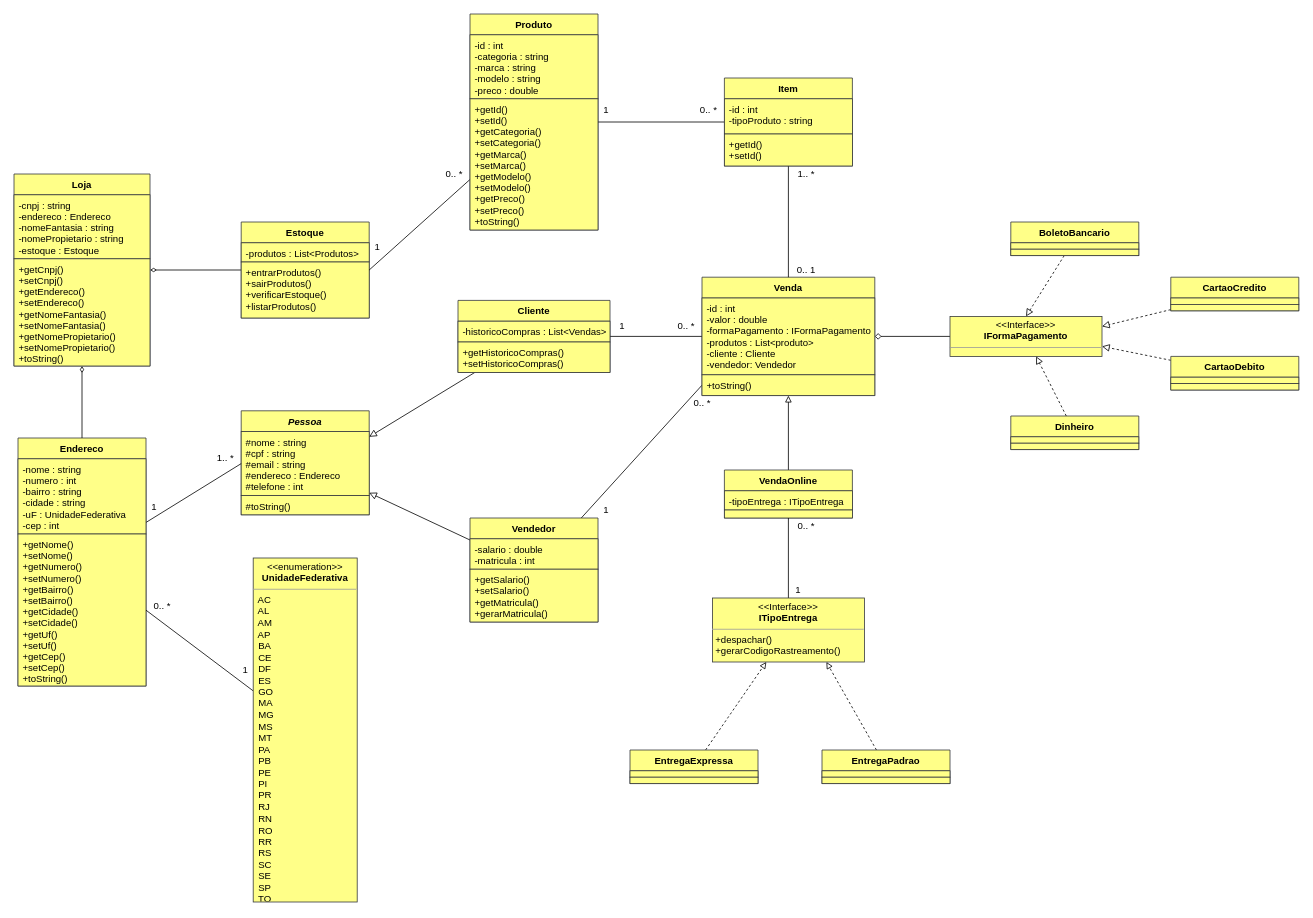
HenriqueMiossi/Loja-de-Roupas keeps this draw.io diagram as docs/loja-de-roupas.drawio.xml. Above is the earlier version. Source tidied: cells renumbered, new cells numbered last; positions are measured from the earlier drawing's top-left corner, leaving out a move shared by most shapes. Both pictures are drawn from the tidied source at 80%, with x=0, y=0 at pixel (14, 14).
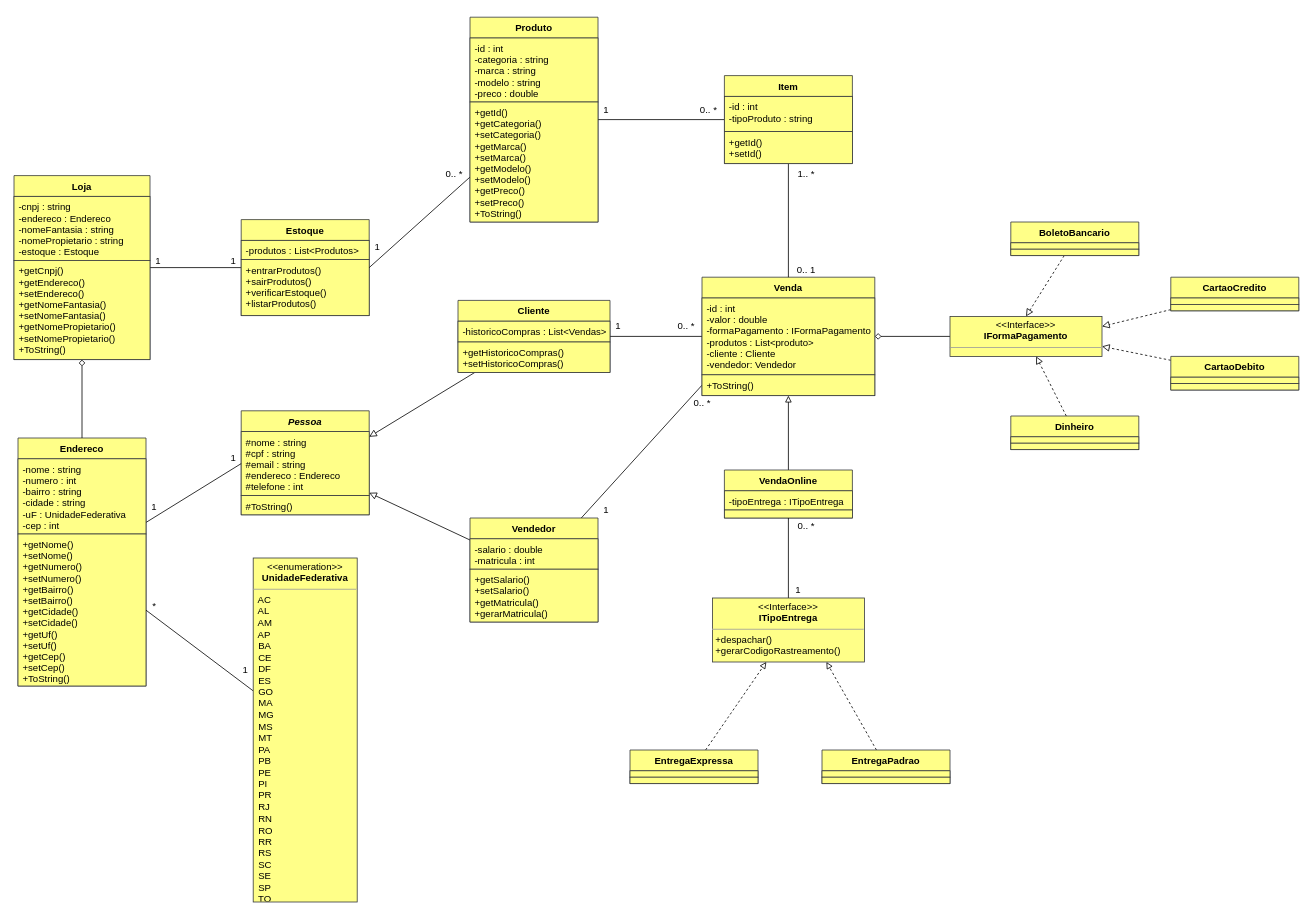
The same diagram, later.

Commit message (it also covers changes not shown here):
Docs: remove setCnpj() and setId() from Loja and Produto, fix some cardinalities

The change refers to these unchanged cells:
```xml
<mxCell id="2" value="Pessoa" style="swimlane;fontStyle=3;align=center;verticalAlign=top;horizontal=1;startSize=26;strokeColor=#36393d;fillColor=#ffff88;" parent="1" vertex="1">
  <mxGeometry x="284" y="496" width="160" height="130" as="geometry" />
</mxCell>
<mxCell id="6" value="Endereco" style="swimlane;fontStyle=1;align=center;verticalAlign=top;horizontal=1;startSize=26;strokeColor=#36393d;fillColor=#ffff88;" parent="1" vertex="1">
  <mxGeometry x="5" y="530" width="160" height="310" as="geometry" />
</mxCell>
<mxCell id="25" value="Venda" style="swimlane;fontStyle=1;align=center;verticalAlign=top;horizontal=1;startSize=26;strokeColor=#36393d;fillColor=#ffff88;" parent="1" vertex="1">
  <mxGeometry x="860" y="329" width="216" height="148" as="geometry" />
</mxCell>
```

The edit, as a diff of the source:
```diff
@@
-    <mxCell id="4" value="#toString()" style="text;strokeColor=#36393d;fillColor=#ffff88;align=left;verticalAlign=top;spacingLeft=4;spacingRight=4;overflow=hidden;fontStyle=0;" parent="2" vertex="1">
+    <mxCell id="4" value="#ToString()" style="text;strokeColor=#36393d;fillColor=#ffff88;align=left;verticalAlign=top;spacingLeft=4;spacingRight=4;overflow=hidden;fontStyle=0;" parent="2" vertex="1">
       <mxGeometry y="106" width="160" height="24" as="geometry" />
     </mxCell>
@@
-    <mxCell id="8" value="+getNome()&#10;+setNome()&#10;+getNumero()&#10;+setNumero()&#10;+getBairro()&#10;+setBairro()&#10;+getCidade()&#10;+setCidade()&#10;+getUf()&#10;+setUf()&#10;+getCep()&#10;+setCep()&#10;+toString()" style="text;strokeColor=#36393d;fillColor=#ffff88;align=left;verticalAlign=top;spacingLeft=4;spacingRight=4;overflow=hidden;fontStyle=0;" parent="6" vertex="1">
+    <mxCell id="8" value="+getNome()&#10;+setNome()&#10;+getNumero()&#10;+setNumero()&#10;+getBairro()&#10;+setBairro()&#10;+getCidade()&#10;+setCidade()&#10;+getUf()&#10;+setUf()&#10;+getCep()&#10;+setCep()&#10;+ToString()" style="text;strokeColor=#36393d;fillColor=#ffff88;align=left;verticalAlign=top;spacingLeft=4;spacingRight=4;overflow=hidden;fontStyle=0;" parent="6" vertex="1">
       <mxGeometry y="120" width="160" height="190" as="geometry" />
     </mxCell>
-    <mxCell id="9" style="edgeStyle=none;rounded=0;jettySize=auto;html=1;entryX=0.5;entryY=0;entryDx=0;entryDy=0;endArrow=none;endFill=0;startArrow=diamondThin;startFill=0;" parent="1" edge="1" source="11" target="6">
+    <mxCell id="9" style="edgeStyle=none;rounded=0;jettySize=auto;html=1;entryX=0.5;entryY=0;entryDx=0;entryDy=0;endArrow=none;endFill=0;startArrow=diamond;startFill=0;" parent="1" edge="1" source="11" target="6">
       <mxGeometry relative="1" as="geometry" />
     </mxCell>
-    <mxCell id="10" style="rounded=0;jettySize=auto;html=1;endArrow=none;endFill=0;startArrow=diamondThin;startFill=0;" parent="1" edge="1" source="11" target="28">
+    <mxCell id="10" style="rounded=0;jettySize=auto;html=1;endArrow=none;endFill=0;startArrow=none;startFill=0;" parent="1" edge="1" source="11" target="28">
       <mxGeometry relative="1" as="geometry" />
     </mxCell>
     <mxCell id="11" value="Loja" style="swimlane;fontStyle=1;align=center;verticalAlign=top;horizontal=1;startSize=26;strokeColor=#36393d;fillColor=#ffff88;" parent="1" vertex="1">
-      <mxGeometry y="200" width="170" height="240" as="geometry" />
+      <mxGeometry y="202" width="170" height="230" as="geometry" />
     </mxCell>
@@
-    <mxCell id="13" value="+getCnpj()&#10;+setCnpj()&#10;+getEndereco()&#10;+setEndereco()&#10;+getNomeFantasia()&#10;+setNomeFantasia()&#10;+getNomePropietario()&#10;+setNomePropietario()&#10;+toString()" style="text;strokeColor=#36393d;fillColor=#ffff88;align=left;verticalAlign=top;spacingLeft=4;spacingRight=4;overflow=hidden;fontStyle=0;" parent="11" vertex="1">
-      <mxGeometry y="106" width="170" height="134" as="geometry" />
+    <mxCell id="13" value="+getCnpj()&#10;+getEndereco()&#10;+setEndereco()&#10;+getNomeFantasia()&#10;+setNomeFantasia()&#10;+getNomePropietario()&#10;+setNomePropietario()&#10;+ToString()" style="text;strokeColor=#36393d;fillColor=#ffff88;align=left;verticalAlign=top;spacingLeft=4;spacingRight=4;overflow=hidden;fontStyle=0;" parent="11" vertex="1">
+      <mxGeometry y="106" width="170" height="124" as="geometry" />
     </mxCell>
@@
-    <mxCell id="27" value="+toString()&#10;" style="text;strokeColor=#36393d;fillColor=#ffff88;align=left;verticalAlign=top;spacingLeft=4;spacingRight=4;overflow=hidden;points=[[0,0.5],[1,0.5]];portConstraint=eastwest;fontStyle=0;" parent="25" vertex="1">
+    <mxCell id="27" value="+ToString()&#10;" style="text;strokeColor=#36393d;fillColor=#ffff88;align=left;verticalAlign=top;spacingLeft=4;spacingRight=4;overflow=hidden;points=[[0,0.5],[1,0.5]];portConstraint=eastwest;fontStyle=0;" parent="25" vertex="1">
       <mxGeometry y="122" width="216" height="26" as="geometry" />
     </mxCell>
     <mxCell id="28" value="Estoque" style="swimlane;fontStyle=1;align=center;verticalAlign=top;horizontal=1;startSize=26;strokeColor=#36393d;fillColor=#ffff88;" parent="1" vertex="1">
-      <mxGeometry x="284" y="260" width="160" height="120" as="geometry" />
+      <mxGeometry x="284" y="257" width="160" height="120" as="geometry" />
     </mxCell>
@@
     <mxCell id="33" value="Produto" style="swimlane;fontStyle=1;align=center;verticalAlign=top;horizontal=1;startSize=26;strokeColor=#36393d;fillColor=#ffff88;" parent="1" vertex="1">
-      <mxGeometry x="570" width="160" height="270" as="geometry" />
+      <mxGeometry x="570" y="4" width="160" height="256" as="geometry" />
     </mxCell>
@@
-    <mxCell id="35" value="+getId()&#10;+setId()&#10;+getCategoria()&#10;+setCategoria()&#10;+getMarca()&#10;+setMarca()&#10;+getModelo()&#10;+setModelo()&#10;+getPreco()&#10;+setPreco()&#10;+toString()&#10;&#10;" style="text;strokeColor=#36393d;fillColor=#ffff88;align=left;verticalAlign=top;spacingLeft=4;spacingRight=4;overflow=hidden;fontStyle=0;" parent="33" vertex="1">
-      <mxGeometry y="106" width="160" height="164" as="geometry" />
+    <mxCell id="35" value="+getId()&#10;+getCategoria()&#10;+setCategoria()&#10;+getMarca()&#10;+setMarca()&#10;+getModelo()&#10;+setModelo()&#10;+getPreco()&#10;+setPreco()&#10;+ToString()&#10;" style="text;strokeColor=#36393d;fillColor=#ffff88;align=left;verticalAlign=top;spacingLeft=4;spacingRight=4;overflow=hidden;fontStyle=0;" parent="33" vertex="1">
+      <mxGeometry y="106" width="160" height="150" as="geometry" />
     </mxCell>
@@
-    <mxCell id="71" value="0.. *" style="text;html=1;align=center;verticalAlign=middle;strokeColor=none;fillColor=none;" parent="1" vertex="1">
-      <mxGeometry x="165" y="730" width="40" height="20" as="geometry" />
+    <mxCell id="71" value="*" style="text;html=1;align=center;verticalAlign=middle;strokeColor=none;fillColor=none;" parent="1" vertex="1">
+      <mxGeometry x="165" y="730" width="20" height="20" as="geometry" />
     </mxCell>
@@
-    <mxCell id="73" value="1.. *" style="text;html=1;align=center;verticalAlign=middle;strokeColor=none;fillColor=none;" parent="1" vertex="1">
-      <mxGeometry x="244" y="544.5" width="40" height="20" as="geometry" />
+    <mxCell id="73" value="1" style="text;html=1;align=center;verticalAlign=middle;strokeColor=none;fillColor=none;" parent="1" vertex="1">
+      <mxGeometry x="264" y="544.5" width="20" height="20" as="geometry" />
     </mxCell>
@@
     <mxCell id="77" value="Item" style="swimlane;fontStyle=1;align=center;verticalAlign=top;horizontal=1;startSize=26;strokeColor=#36393d;fillColor=#ffff88;" parent="1" vertex="1">
-      <mxGeometry x="888" y="80" width="160" height="110" as="geometry" />
+      <mxGeometry x="888" y="77" width="160" height="110" as="geometry" />
     </mxCell>
@@
     <mxCell id="86" value="1" style="text;html=1;align=center;verticalAlign=middle;strokeColor=none;fillColor=none;" parent="1" vertex="1">
-      <mxGeometry x="750" y="380" width="20" height="20" as="geometry" />
+      <mxGeometry x="745" y="380" width="20" height="20" as="geometry" />
     </mxCell>
@@
+    <mxCell id="90" value="1" style="text;html=1;align=center;verticalAlign=middle;strokeColor=none;fillColor=none;" parent="1" vertex="1">
+      <mxGeometry x="264" y="299" width="20" height="20" as="geometry" />
+    </mxCell>
+    <mxCell id="91" value="1" style="text;html=1;align=center;verticalAlign=middle;strokeColor=none;fillColor=none;" parent="1" vertex="1">
+      <mxGeometry x="170" y="299" width="20" height="20" as="geometry" />
+    </mxCell>
```
